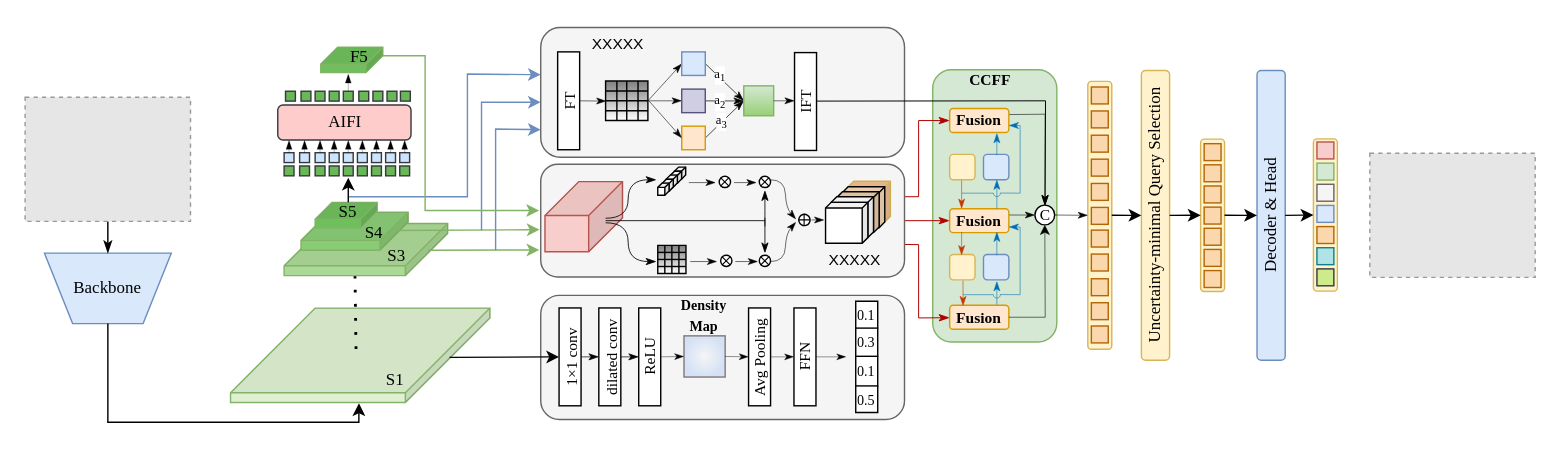
DingDongZz/typera_PicGO keeps this draw.io diagram as DrawIO_file/毕业论文画图/HDT-DETR.drawio. Above is the earlier version. Source tidied: cells renumbered, new cells numbered last; positions are measured from the earlier drawing's top-left corner, leaving out a move shared by most shapes. Both pictures are drawn from the tidied source at 141%, with x=0, y=0 at pixel (24, 23). Pictures stored in the file or linked from it are replaced by grey dashed boxes.
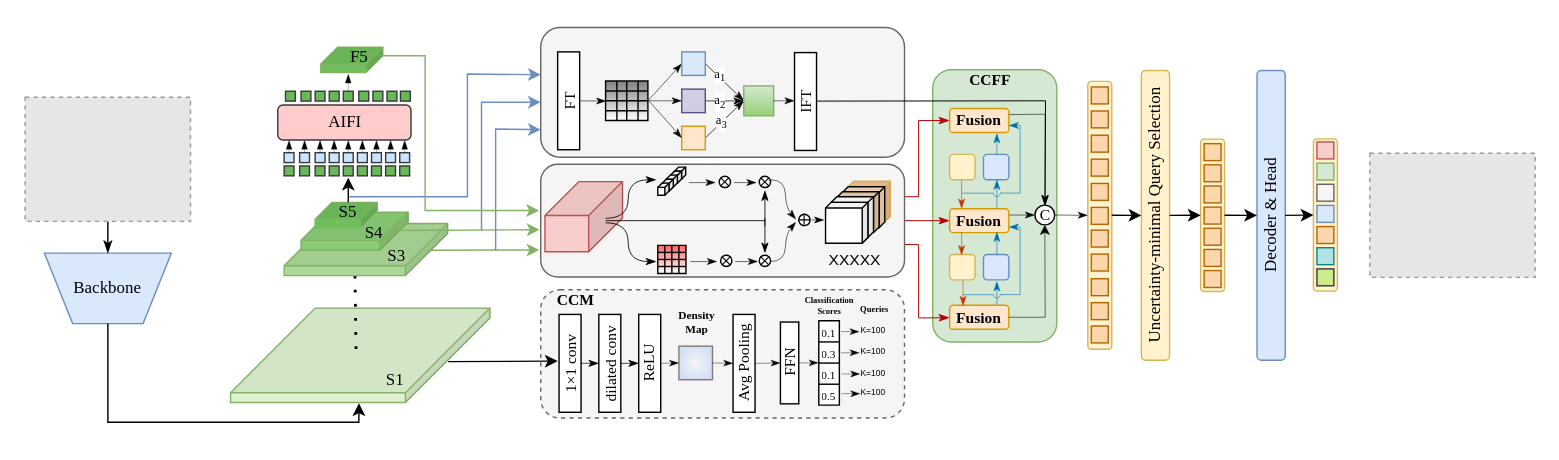
After the change.

Unchanged cells that the change refers to:
```xml
<mxCell id="6" style="shape=cube;whiteSpace=wrap;html=1;boundedLbl=1;backgroundOutline=1;darkOpacity=0.05;darkOpacity2=0.1;size=60;fillStyle=solid;flipH=1;spacingTop=-1;spacingLeft=0;spacing=2;fillColor=light-dark(#dff0d2, #ededed);strokeColor=#82b366;fontFamily=Times New Roman;" parent="5" vertex="1">
  <mxGeometry width="184" height="67" as="geometry" />
</mxCell>
<mxCell id="143" style="group;" parent="1" vertex="1">
  <mxGeometry x="369" y="102" width="249.5" height="80.5" as="geometry" />
</mxCell>
```

Change to the diagram source:
```diff
@@
-    <mxCell id="22" style="rounded=1;whiteSpace=wrap;html=1;fontFamily=Times New Roman;fillColor=#f5f5f5;strokeColor=#666666;fontColor=#333333;" parent="1" vertex="1">
-      <mxGeometry x="366" y="193" width="258" height="88" as="geometry" />
+    <mxCell id="22" style="rounded=1;whiteSpace=wrap;html=1;fontFamily=Times New Roman;fillColor=#f5f5f5;strokeColor=#666666;fontColor=#333333;dashed=1;" parent="1" vertex="1">
+      <mxGeometry x="366" y="189" width="258" height="91" as="geometry" />
     </mxCell>
@@
-    <mxCell id="24" style="endArrow=classic;html=1;rounded=0;exitX=0.156;exitY=0.522;exitDx=0;exitDy=0;exitPerimeter=0;entryX=0;entryY=0.5;entryDx=0;entryDy=0;" parent="1" edge="1" source="6" target="28">
-      <mxGeometry relative="1" as="geometry" />
+    <mxCell id="24" style="endArrow=classic;html=1;rounded=0;exitX=0.156;exitY=0.522;exitDx=0;exitDy=0;exitPerimeter=0;entryX=0;entryY=0.5;entryDx=0;entryDy=0;" parent="1" edge="1">
+      <mxGeometry relative="1" as="geometry">
+        <mxPoint x="300.3" y="240" as="sourcePoint" />
+        <mxPoint x="378" y="239.6" as="targetPoint" />
+      </mxGeometry>
     </mxCell>
     <mxCell id="25" style="group;" parent="1" vertex="1">
-      <mxGeometry x="379" y="192" width="226" height="84" as="geometry" />
+      <mxGeometry x="374" y="194" width="226" height="84" as="geometry" />
     </mxCell>
-    <mxCell id="26" value="&lt;font style=&quot;font-size: 10px;&quot; face=&quot;Times New Roman&quot;&gt;&lt;b style=&quot;&quot;&gt;Density&lt;br&gt;&lt;/b&gt;&lt;/font&gt;&lt;b style=&quot;font-size: 10px; font-family: &amp;quot;Times New Roman&amp;quot;; background-color: transparent; color: light-dark(rgb(0, 0, 0), rgb(255, 255, 255));&quot;&gt;Map&lt;/b&gt;" style="text;html=1;align=center;verticalAlign=middle;whiteSpace=wrap;rounded=0;" parent="25" vertex="1">
-      <mxGeometry x="74" width="58.4" height="29.7" as="geometry" />
+    <mxCell id="26" value="&lt;font face=&quot;Times New Roman&quot;&gt;&lt;b&gt;Density&lt;br&gt;&lt;/b&gt;&lt;/font&gt;&lt;b style=&quot;font-family: &amp;quot;Times New Roman&amp;quot;; background-color: transparent; color: light-dark(rgb(0, 0, 0), rgb(255, 255, 255));&quot;&gt;Map&lt;/b&gt;" style="text;html=1;align=center;verticalAlign=middle;whiteSpace=wrap;rounded=0;fontSize=8;" parent="25" vertex="1">
+      <mxGeometry x="74" y="3" width="58.4" height="29.7" as="geometry" />
     </mxCell>
-    <mxCell id="27" style="group;" parent="25" vertex="1">
-      <mxGeometry y="5.2" width="226" height="78.8" as="geometry" />
-    </mxCell>
-    <mxCell id="28" value="&lt;p style=&quot;margin: 0px; font-variant-numeric: normal; font-variant-east-asian: normal; font-variant-alternates: normal; font-size-adjust: none; font-kerning: auto; font-optical-sizing: auto; font-feature-settings: normal; font-variation-settings: normal; font-variant-position: normal; font-variant-emoji: normal; font-stretch: normal; line-height: normal; text-align: start;&quot; class=&quot;p1&quot;&gt;&lt;font face=&quot;Times New Roman&quot; style=&quot;color: rgb(0, 0, 0); font-size: 11px;&quot;&gt;1×1 conv&lt;/font&gt;&lt;/p&gt;" style="rounded=0;whiteSpace=wrap;html=1;horizontal=0;" parent="27" vertex="1">
-      <mxGeometry y="4.7" width="15.6" height="69.4" as="geometry" />
-    </mxCell>
-    <mxCell id="29" style="whiteSpace=wrap;html=1;fillColor=#f5f5f5;strokeColor=light-dark(#817979, #959595);gradientColor=#D4E1F5;gradientDirection=radial;" parent="27" vertex="1">
-      <mxGeometry x="88.6" y="24.5" width="29.2" height="29.2" as="geometry" />
-    </mxCell>
-    <mxCell id="30" style="shape=table;startSize=0;childLayout=tableLayout;fontSize=14;fontFamily=Times New Roman;align=center;" parent="27" vertex="1">
-      <mxGeometry x="210.4" width="15.6" height="78.8" as="geometry" />
-    </mxCell>
-    <mxCell id="31" style="shape=tableRow;horizontal=0;startSize=0;swimlaneHead=0;swimlaneBody=0;strokeColor=inherit;top=0;left=0;bottom=0;right=0;fillColor=none;fontSize=16;" parent="30" vertex="1">
-      <mxGeometry width="15.6" height="19" as="geometry" />
-    </mxCell>
-    <mxCell id="32" value="0.1" style="shape=partialRectangle;html=1;whiteSpace=wrap;strokeColor=inherit;overflow=hidden;fillColor=none;top=0;left=0;bottom=0;right=0;fontSize=10;fontFamily=Times New Roman;" parent="31" vertex="1">
-      <mxGeometry width="16" height="19" as="geometry" />
-    </mxCell>
-    <mxCell id="33" style="shape=tableRow;horizontal=0;startSize=0;swimlaneHead=0;swimlaneBody=0;strokeColor=inherit;top=0;left=0;bottom=0;right=0;fillColor=none;fontSize=16;" parent="30" vertex="1">
-      <mxGeometry y="19" width="15.6" height="20" as="geometry" />
-    </mxCell>
-    <mxCell id="34" value="0.3" style="shape=partialRectangle;html=1;whiteSpace=wrap;strokeColor=inherit;overflow=hidden;fillColor=none;top=0;left=0;bottom=0;right=0;fontSize=10;fontFamily=Times New Roman;" parent="33" vertex="1">
-      <mxGeometry width="16" height="20" as="geometry" />
-    </mxCell>
-    <mxCell id="35" style="shape=tableRow;horizontal=0;startSize=0;swimlaneHead=0;swimlaneBody=0;strokeColor=inherit;top=0;left=0;bottom=0;right=0;fillColor=none;fontSize=16;" parent="30" vertex="1">
-      <mxGeometry y="39" width="15.6" height="21" as="geometry" />
-    </mxCell>
-    <mxCell id="36" value="0.1" style="shape=partialRectangle;html=1;whiteSpace=wrap;strokeColor=inherit;overflow=hidden;fillColor=none;top=0;left=0;bottom=0;right=0;fontSize=10;fontFamily=Times New Roman;" parent="35" vertex="1">
-      <mxGeometry width="16" height="21" as="geometry" />
-    </mxCell>
-    <mxCell id="37" style="shape=tableRow;horizontal=0;startSize=0;swimlaneHead=0;swimlaneBody=0;strokeColor=inherit;top=0;left=0;bottom=0;right=0;fillColor=none;fontSize=16;" parent="30" vertex="1">
-      <mxGeometry y="60" width="15.6" height="19" as="geometry" />
-    </mxCell>
-    <mxCell id="38" value="0.5" style="shape=partialRectangle;html=1;whiteSpace=wrap;strokeColor=inherit;overflow=hidden;fillColor=none;top=0;left=0;bottom=0;right=0;fontSize=10;fontFamily=Times New Roman;" parent="37" vertex="1">
-      <mxGeometry width="16" height="19" as="geometry" />
-    </mxCell>
-    <mxCell id="39" value="&lt;p style=&quot;margin: 0px; font-variant-numeric: normal; font-variant-east-asian: normal; font-variant-alternates: normal; font-size-adjust: none; font-kerning: auto; font-optical-sizing: auto; font-feature-settings: normal; font-variation-settings: normal; font-variant-position: normal; font-variant-emoji: normal; font-stretch: normal; line-height: normal; text-align: start;&quot; class=&quot;p1&quot;&gt;&lt;font face=&quot;Times New Roman&quot; style=&quot;color: rgb(0, 0, 0); font-size: 11px;&quot;&gt;dilated conv&lt;/font&gt;&lt;/p&gt;" style="rounded=0;whiteSpace=wrap;html=1;horizontal=0;" parent="27" vertex="1">
-      <mxGeometry x="28.2" y="4.7" width="15.6" height="69.4" as="geometry" />
-    </mxCell>
-    <mxCell id="40" value="&lt;font face=&quot;Times New Roman&quot; style=&quot;font-size: 11px;&quot;&gt;ReLU&lt;/font&gt;" style="rounded=0;whiteSpace=wrap;html=1;horizontal=0;" parent="27" vertex="1">
-      <mxGeometry x="56.5" y="4.7" width="15.6" height="69.4" as="geometry" />
-    </mxCell>
-    <mxCell id="41" value="&lt;font face=&quot;Times New Roman&quot; style=&quot;font-size: 11px;&quot;&gt;Avg Pooling&lt;/font&gt;" style="rounded=0;whiteSpace=wrap;html=1;horizontal=0;" parent="27" vertex="1">
-      <mxGeometry x="134.4" y="4.7" width="15.6" height="69.4" as="geometry" />
-    </mxCell>
-    <mxCell id="42" value="&lt;font face=&quot;Times New Roman&quot; style=&quot;font-size: 11px; font-weight: normal;&quot;&gt;FFN&lt;/font&gt;" style="rounded=0;whiteSpace=wrap;html=1;fontStyle=1;horizontal=0;" parent="27" vertex="1">
-      <mxGeometry x="166.6" y="4.7" width="15.6" height="69.4" as="geometry" />
-    </mxCell>
-    <mxCell id="43" style="endArrow=classicThin;html=1;rounded=0;entryX=0;entryY=0.5;entryDx=0;entryDy=0;exitX=1;exitY=0.5;exitDx=0;exitDy=0;endFill=1;strokeWidth=0.5;curved=1;startArrow=none;startFill=0;" parent="27" edge="1" source="28" target="39">
-      <mxGeometry relative="1" as="geometry" />
-    </mxCell>
-    <mxCell id="44" style="endArrow=classicThin;html=1;rounded=0;entryX=0;entryY=0.5;entryDx=0;entryDy=0;exitX=1;exitY=0.5;exitDx=0;exitDy=0;endFill=1;strokeWidth=0.5;jumpSize=7;" parent="27" edge="1" source="39" target="40">
-      <mxGeometry relative="1" as="geometry" />
-    </mxCell>
-    <mxCell id="45" style="endArrow=classicThin;html=1;rounded=0;endFill=1;strokeWidth=0.3;sourcePerimeterSpacing=0;fontSize=11;exitX=1;exitY=0.5;exitDx=0;exitDy=0;entryX=0;entryY=0.5;entryDx=0;entryDy=0;" parent="27" edge="1" source="40" target="29">
-      <mxGeometry relative="1" as="geometry" />
-    </mxCell>
-    <mxCell id="46" style="endArrow=classicThin;html=1;rounded=0;entryX=0;entryY=0.5;entryDx=0;entryDy=0;exitX=1;exitY=0.5;exitDx=0;exitDy=0;endFill=1;strokeWidth=0.3;" parent="27" edge="1" source="41" target="42">
-      <mxGeometry relative="1" as="geometry" />
-    </mxCell>
-    <mxCell id="47" style="endArrow=classicThin;html=1;rounded=0;endFill=1;strokeWidth=0.3;sourcePerimeterSpacing=0;fontSize=11;exitX=1;exitY=0.5;exitDx=0;exitDy=0;entryX=0;entryY=0.5;entryDx=0;entryDy=0;" parent="27" edge="1" source="29" target="41">
-      <mxGeometry relative="1" as="geometry" />
-    </mxCell>
-    <mxCell id="48" style="endArrow=classicThin;html=1;rounded=0;strokeWidth=0.3;endFill=1;exitX=1;exitY=0.5;exitDx=0;exitDy=0;" parent="27" edge="1" source="42">
-      <mxGeometry relative="1" as="geometry">
-        <mxPoint x="203.6" y="39.4" as="targetPoint" />
-      </mxGeometry>
-    </mxCell>
+    <mxCell id="272" value="&lt;b&gt;&lt;font face=&quot;Times New Roman&quot;&gt;CCM&lt;/font&gt;&lt;/b&gt;" style="text;html=1;align=center;verticalAlign=middle;whiteSpace=wrap;rounded=0;fontFamily=Helvetica;fontSize=11;fontColor=default;labelBackgroundColor=none;" parent="25" vertex="1">
+      <mxGeometry x="-13.2" y="-12.8" width="60" height="30" as="geometry" />
+    </mxCell>
@@
-    <mxCell id="145" style="shape=table;startSize=0;childLayout=tableLayout;fontSize=16;gradientColor=#808080;gradientDirection=north;" parent="143" vertex="1">
+    <mxCell id="145" style="shape=table;startSize=0;childLayout=tableLayout;fontSize=16;gradientColor=#FF6666;gradientDirection=north;" parent="143" vertex="1">
       <mxGeometry x="80" y="55.5" width="20" height="20" as="geometry" />
     </mxCell>
@@
-    <mxCell id="271" value="XXXXX" style="text;html=1;align=center;verticalAlign=middle;whiteSpace=wrap;rounded=0;fontFamily=Helvetica;fontSize=11;fontColor=default;labelBackgroundColor=none;" parent="1" vertex="1">
-      <mxGeometry x="391" y="0.3" width="60" height="30" as="geometry" />
-    </mxCell>
+    <mxCell id="273" value="&lt;font face=&quot;Times New Roman&quot;&gt;&lt;b&gt;Classification &lt;br&gt;Scores&lt;/b&gt;&lt;/font&gt;" style="text;html=1;align=center;verticalAlign=middle;whiteSpace=wrap;rounded=0;fontFamily=Helvetica;fontSize=6;fontColor=default;labelBackgroundColor=none;" parent="1" vertex="1">
+      <mxGeometry x="541" y="185.7" width="60" height="30" as="geometry" />
+    </mxCell>
+    <mxCell id="274" value="&lt;font face=&quot;Times New Roman&quot;&gt;&lt;b&gt;Queries&lt;/b&gt;&lt;/font&gt;" style="text;html=1;align=center;verticalAlign=middle;whiteSpace=wrap;rounded=0;fontFamily=Helvetica;fontSize=6;fontColor=default;labelBackgroundColor=none;" parent="1" vertex="1">
+      <mxGeometry x="573" y="188" width="60" height="30" as="geometry" />
+    </mxCell>
+    <mxCell id="275" style="group;" parent="1" vertex="1">
+      <mxGeometry x="379" y="206.5" width="198.8" height="69.4" as="geometry" />
+    </mxCell>
+    <mxCell id="28" value="&lt;p style=&quot;margin: 0px; font-variant-numeric: normal; font-variant-east-asian: normal; font-variant-alternates: normal; font-size-adjust: none; font-kerning: auto; font-optical-sizing: auto; font-feature-settings: normal; font-variation-settings: normal; font-variant-position: normal; font-variant-emoji: normal; font-stretch: normal; line-height: normal; text-align: start;&quot; class=&quot;p1&quot;&gt;&lt;font face=&quot;Times New Roman&quot; style=&quot;color: rgb(0, 0, 0); font-size: 11px;&quot;&gt;1×1 conv&lt;/font&gt;&lt;/p&gt;" style="rounded=0;whiteSpace=wrap;html=1;horizontal=0;" parent="275" vertex="1">
+      <mxGeometry width="15.6" height="69.4" as="geometry" />
+    </mxCell>
+    <mxCell id="276" style="whiteSpace=wrap;html=1;fillColor=#f5f5f5;strokeColor=light-dark(#817979, #959595);gradientColor=#D4E1F5;gradientDirection=radial;" parent="275" vertex="1">
+      <mxGeometry x="85" y="22.5" width="23.8" height="23.8" as="geometry" />
+    </mxCell>
+    <mxCell id="277" style="shape=table;startSize=0;childLayout=tableLayout;fontSize=14;fontFamily=Times New Roman;align=center;" parent="275" vertex="1">
+      <mxGeometry x="184.2" y="4.5" width="14.6" height="59.8" as="geometry" />
+    </mxCell>
+    <mxCell id="278" style="shape=tableRow;horizontal=0;startSize=0;swimlaneHead=0;swimlaneBody=0;strokeColor=inherit;top=0;left=0;bottom=0;right=0;fillColor=none;fontSize=16;" parent="277" vertex="1">
+      <mxGeometry width="14.6" height="15" as="geometry" />
+    </mxCell>
+    <mxCell id="279" value="&lt;font style=&quot;font-size: 8px;&quot;&gt;0.1&lt;/font&gt;" style="shape=partialRectangle;html=1;whiteSpace=wrap;strokeColor=inherit;overflow=hidden;fillColor=none;top=0;left=0;bottom=0;right=0;fontSize=10;fontFamily=Times New Roman;" parent="278" vertex="1">
+      <mxGeometry width="15" height="15" as="geometry" />
+    </mxCell>
+    <mxCell id="280" style="shape=tableRow;horizontal=0;startSize=0;swimlaneHead=0;swimlaneBody=0;strokeColor=inherit;top=0;left=0;bottom=0;right=0;fillColor=none;fontSize=16;" parent="277" vertex="1">
+      <mxGeometry y="15" width="14.6" height="15" as="geometry" />
+    </mxCell>
+    <mxCell id="34" value="&lt;font style=&quot;font-size: 8px;&quot;&gt;0.3&lt;/font&gt;" style="shape=partialRectangle;html=1;whiteSpace=wrap;strokeColor=inherit;overflow=hidden;fillColor=none;top=0;left=0;bottom=0;right=0;fontSize=10;fontFamily=Times New Roman;" parent="280" vertex="1">
+      <mxGeometry width="15" height="15" as="geometry" />
+    </mxCell>
+    <mxCell id="281" style="shape=tableRow;horizontal=0;startSize=0;swimlaneHead=0;swimlaneBody=0;strokeColor=inherit;top=0;left=0;bottom=0;right=0;fillColor=none;fontSize=16;" parent="277" vertex="1">
+      <mxGeometry y="30" width="14.6" height="15" as="geometry" />
+    </mxCell>
+    <mxCell id="282" value="&lt;font style=&quot;font-size: 8px;&quot;&gt;0.1&lt;/font&gt;" style="shape=partialRectangle;html=1;whiteSpace=wrap;strokeColor=inherit;overflow=hidden;fillColor=none;top=0;left=0;bottom=0;right=0;fontSize=10;fontFamily=Times New Roman;" parent="281" vertex="1">
+      <mxGeometry width="15" height="15" as="geometry" />
+    </mxCell>
+    <mxCell id="283" style="shape=tableRow;horizontal=0;startSize=0;swimlaneHead=0;swimlaneBody=0;strokeColor=inherit;top=0;left=0;bottom=0;right=0;fillColor=none;fontSize=16;" parent="277" vertex="1">
+      <mxGeometry y="45" width="14.6" height="15" as="geometry" />
+    </mxCell>
+    <mxCell id="38" value="&lt;font style=&quot;font-size: 8px;&quot;&gt;0.5&lt;/font&gt;" style="shape=partialRectangle;html=1;whiteSpace=wrap;strokeColor=inherit;overflow=hidden;fillColor=none;top=0;left=0;bottom=0;right=0;fontSize=10;fontFamily=Times New Roman;" parent="283" vertex="1">
+      <mxGeometry width="15" height="15" as="geometry" />
+    </mxCell>
+    <mxCell id="39" value="&lt;p style=&quot;margin: 0px; font-variant-numeric: normal; font-variant-east-asian: normal; font-variant-alternates: normal; font-size-adjust: none; font-kerning: auto; font-optical-sizing: auto; font-feature-settings: normal; font-variation-settings: normal; font-variant-position: normal; font-variant-emoji: normal; font-stretch: normal; line-height: normal; text-align: start;&quot; class=&quot;p1&quot;&gt;&lt;font face=&quot;Times New Roman&quot; style=&quot;color: rgb(0, 0, 0); font-size: 11px;&quot;&gt;dilated conv&lt;/font&gt;&lt;/p&gt;" style="rounded=0;whiteSpace=wrap;html=1;horizontal=0;" parent="275" vertex="1">
+      <mxGeometry x="28.2" width="15.6" height="69.4" as="geometry" />
+    </mxCell>
+    <mxCell id="40" value="&lt;font face=&quot;Times New Roman&quot; style=&quot;font-size: 11px;&quot;&gt;ReLU&lt;/font&gt;" style="rounded=0;whiteSpace=wrap;html=1;horizontal=0;" parent="275" vertex="1">
+      <mxGeometry x="56.5" width="15.6" height="69.4" as="geometry" />
+    </mxCell>
+    <mxCell id="41" value="&lt;font face=&quot;Times New Roman&quot; style=&quot;font-size: 11px;&quot;&gt;Avg Pooling&lt;/font&gt;" style="rounded=0;whiteSpace=wrap;html=1;horizontal=0;" parent="275" vertex="1">
+      <mxGeometry x="123.4" width="15.6" height="69.4" as="geometry" />
+    </mxCell>
+    <mxCell id="42" value="&lt;font face=&quot;Times New Roman&quot; style=&quot;font-size: 11px; font-weight: normal;&quot;&gt;FFN&lt;/font&gt;" style="rounded=0;whiteSpace=wrap;html=1;fontStyle=1;horizontal=0;" parent="275" vertex="1">
+      <mxGeometry x="157" y="5.4" width="13" height="58" as="geometry" />
+    </mxCell>
+    <mxCell id="43" style="endArrow=classicThin;html=1;rounded=0;entryX=0;entryY=0.5;entryDx=0;entryDy=0;exitX=1;exitY=0.5;exitDx=0;exitDy=0;endFill=1;strokeWidth=0.5;curved=1;startArrow=none;startFill=0;" parent="275" edge="1" source="28" target="39">
+      <mxGeometry relative="1" as="geometry" />
+    </mxCell>
+    <mxCell id="44" style="endArrow=classicThin;html=1;rounded=0;entryX=0;entryY=0.5;entryDx=0;entryDy=0;exitX=1;exitY=0.5;exitDx=0;exitDy=0;endFill=1;strokeWidth=0.5;jumpSize=7;" parent="275" edge="1" source="39" target="40">
+      <mxGeometry relative="1" as="geometry" />
+    </mxCell>
+    <mxCell id="284" style="endArrow=classicThin;html=1;rounded=0;endFill=1;strokeWidth=0.3;sourcePerimeterSpacing=0;fontSize=11;exitX=1;exitY=0.5;exitDx=0;exitDy=0;entryX=0;entryY=0.5;entryDx=0;entryDy=0;" parent="275" edge="1" source="40" target="276">
+      <mxGeometry relative="1" as="geometry" />
+    </mxCell>
+    <mxCell id="46" style="endArrow=classicThin;html=1;rounded=0;entryX=0;entryY=0.5;entryDx=0;entryDy=0;exitX=1;exitY=0.5;exitDx=0;exitDy=0;endFill=1;strokeWidth=0.3;" parent="275" edge="1" source="41" target="42">
+      <mxGeometry relative="1" as="geometry" />
+    </mxCell>
+    <mxCell id="285" style="endArrow=classicThin;html=1;rounded=0;endFill=1;strokeWidth=0.3;sourcePerimeterSpacing=0;fontSize=11;exitX=1;exitY=0.5;exitDx=0;exitDy=0;entryX=0;entryY=0.5;entryDx=0;entryDy=0;" parent="275" edge="1" source="276" target="41">
+      <mxGeometry relative="1" as="geometry" />
+    </mxCell>
+    <mxCell id="286" style="endArrow=classicThin;html=1;rounded=0;strokeWidth=0.3;endFill=1;exitX=1;exitY=0.5;exitDx=0;exitDy=0;" parent="275" edge="1" source="42">
+      <mxGeometry relative="1" as="geometry">
+        <mxPoint x="184" y="34.3" as="targetPoint" />
+      </mxGeometry>
+    </mxCell>
+    <mxCell id="287" style="group;" parent="1" vertex="1">
+      <mxGeometry x="571.8" y="205" width="60.4" height="69.8" as="geometry" />
+    </mxCell>
+    <mxCell id="288" style="endArrow=classicThin;html=1;rounded=0;strokeWidth=0.3;endFill=1;exitX=1;exitY=0.5;exitDx=0;exitDy=0;fontSize=6;" parent="287" edge="1">
+      <mxGeometry relative="1" as="geometry">
+        <mxPoint x="7.2" y="13.7" as="sourcePoint" />
+        <mxPoint x="20.2" y="13.7" as="targetPoint" />
+      </mxGeometry>
+    </mxCell>
+    <mxCell id="289" style="endArrow=classicThin;html=1;rounded=0;strokeWidth=0.3;endFill=1;exitX=1;exitY=0.5;exitDx=0;exitDy=0;fontSize=6;" parent="287" edge="1">
+      <mxGeometry relative="1" as="geometry">
+        <mxPoint x="7.2" y="28.7" as="sourcePoint" />
+        <mxPoint x="20.2" y="28.7" as="targetPoint" />
+      </mxGeometry>
+    </mxCell>
+    <mxCell id="290" style="endArrow=classicThin;html=1;rounded=0;strokeWidth=0.3;endFill=1;exitX=1;exitY=0.5;exitDx=0;exitDy=0;fontSize=6;" parent="287" edge="1">
+      <mxGeometry relative="1" as="geometry">
+        <mxPoint x="7.7" y="43.7" as="sourcePoint" />
+        <mxPoint x="20.7" y="43.7" as="targetPoint" />
+      </mxGeometry>
+    </mxCell>
+    <mxCell id="291" style="endArrow=classicThin;html=1;rounded=0;strokeWidth=0.3;endFill=1;exitX=1;exitY=0.5;exitDx=0;exitDy=0;fontSize=6;" parent="287" edge="1">
+      <mxGeometry relative="1" as="geometry">
+        <mxPoint x="7.7" y="57.7" as="sourcePoint" />
+        <mxPoint x="20.7" y="57.7" as="targetPoint" />
+      </mxGeometry>
+    </mxCell>
+    <mxCell id="292" value="K=100" style="text;html=1;align=center;verticalAlign=middle;whiteSpace=wrap;rounded=0;fontFamily=Helvetica;fontSize=6;fontColor=default;labelBackgroundColor=none;" parent="287" vertex="1">
+      <mxGeometry width="60" height="25" as="geometry" />
+    </mxCell>
+    <mxCell id="293" value="K=100" style="text;html=1;align=center;verticalAlign=middle;whiteSpace=wrap;rounded=0;fontFamily=Helvetica;fontSize=6;fontColor=default;labelBackgroundColor=none;" parent="287" vertex="1">
+      <mxGeometry y="15.7" width="60" height="25" as="geometry" />
+    </mxCell>
+    <mxCell id="294" value="K=100" style="text;html=1;align=center;verticalAlign=middle;whiteSpace=wrap;rounded=0;fontFamily=Helvetica;fontSize=6;fontColor=default;labelBackgroundColor=none;" parent="287" vertex="1">
+      <mxGeometry x="0.2" y="31" width="60" height="25" as="geometry" />
+    </mxCell>
+    <mxCell id="295" value="K=100" style="text;html=1;align=center;verticalAlign=middle;whiteSpace=wrap;rounded=0;fontFamily=Helvetica;fontSize=6;fontColor=default;labelBackgroundColor=none;" parent="287" vertex="1">
+      <mxGeometry x="0.4" y="44.8" width="60" height="25" as="geometry" />
+    </mxCell>
```
